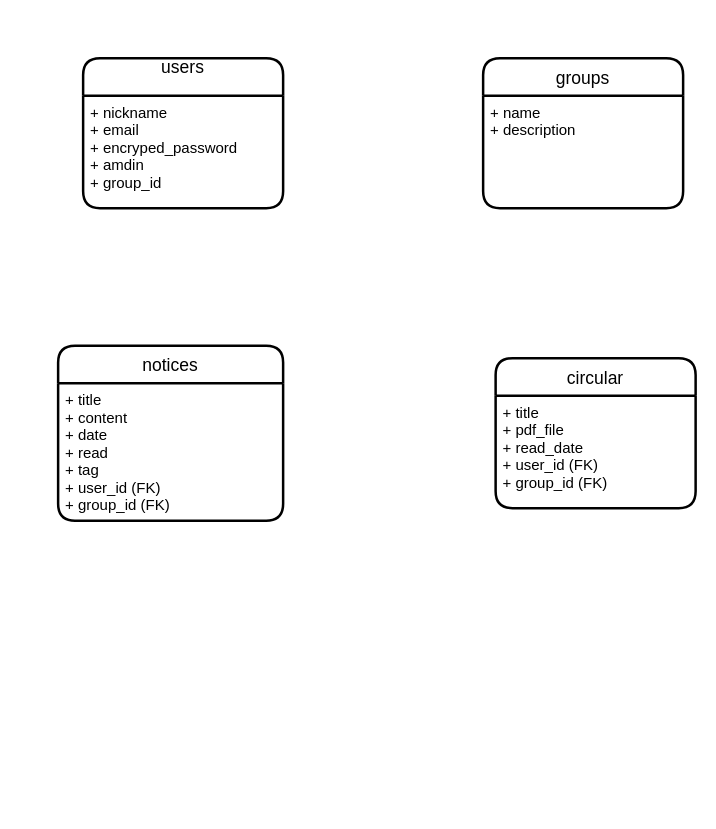
The draw.io diagram er.dio in kimu805/townfo, before the edit. Source tidied: cells renumbered, new cells numbered last; positions are measured from the earlier drawing's top-left corner, leaving out a move shared by most shapes. Both pictures are drawn from the tidied source at 125%, with x=0, y=0 at pixel (58, 58).
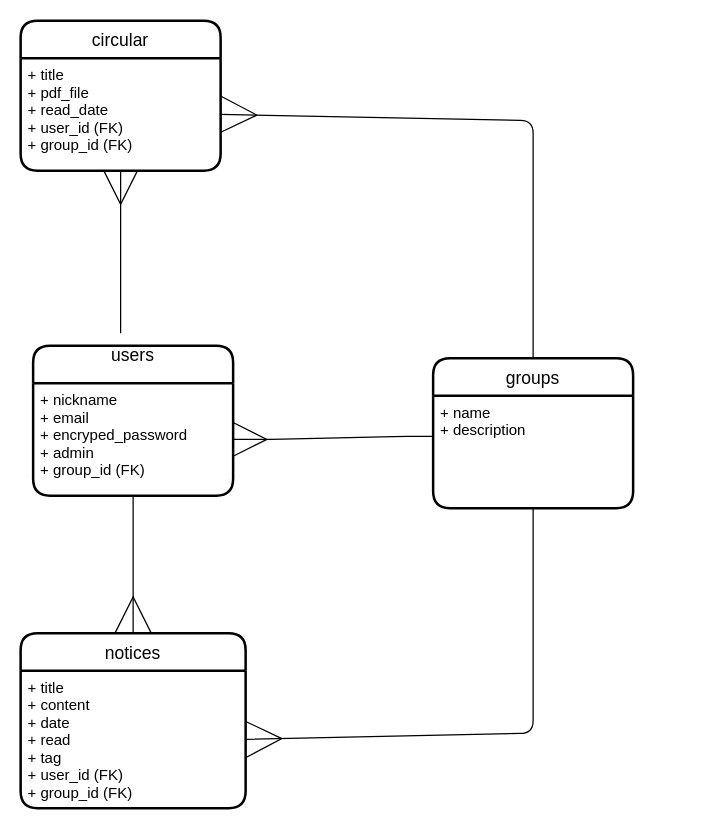
After the change.

Change to the diagram source:
```diff
@@
 <mxGraphModel>
   <root>
     <mxCell id="0" />
     <mxCell id="1" parent="0" />
     <mxCell id="2" value="users&#10;" style="swimlane;horizontal=1;startSize=30;rounded=1;fontSize=14;fontStyle=0;strokeWidth=2;shadow=0;dashed=0;align=center;" parent="1" vertex="1">
-      <mxGeometry x="20" width="160" height="120" as="geometry" />
+      <mxGeometry x="-20" y="230" width="160" height="120" as="geometry" />
     </mxCell>
-    <mxCell id="3" value="+ nickname&#10;+ email&#10;+ encryped_password&#10;+ amdin&#10;+ group_id" style="align=left;strokeColor=none;fillColor=none;spacingLeft=4;fontSize=12;verticalAlign=top;" parent="2" vertex="1">
+    <mxCell id="3" value="+ nickname&#10;+ email&#10;+ encryped_password&#10;+ admin&#10;+ group_id (FK)" style="align=left;strokeColor=none;fillColor=none;spacingLeft=4;fontSize=12;verticalAlign=top;" parent="2" vertex="1">
       <mxGeometry y="30" width="160" height="90" as="geometry" />
     </mxCell>
     <mxCell id="4" value="groups" style="swimlane;horizontal=1;startSize=30;rounded=1;fontSize=14;fontStyle=0;strokeWidth=2;shadow=0;dashed=0;align=center;" parent="1" vertex="1">
-      <mxGeometry x="340" width="160" height="120" as="geometry" />
+      <mxGeometry x="300" y="240" width="160" height="120" as="geometry" />
     </mxCell>
     <mxCell id="5" value="+ name&#10;+ description" style="align=left;strokeColor=none;fillColor=none;spacingLeft=4;fontSize=12;verticalAlign=top;" parent="4" vertex="1">
       <mxGeometry y="30" width="160" height="90" as="geometry" />
     </mxCell>
     <mxCell id="6" value="notices" style="swimlane;horizontal=1;startSize=30;rounded=1;fontSize=14;fontStyle=0;strokeWidth=2;shadow=0;dashed=0;align=center;" parent="1" vertex="1">
-      <mxGeometry y="230" width="180" height="140" as="geometry" />
+      <mxGeometry x="-30" y="460" width="180" height="140" as="geometry" />
     </mxCell>
     <mxCell id="7" value="+ title&#10;+ content&#10;+ date&#10;+ read&#10;+ tag&#10;+ user_id (FK)&#10;+ group_id (FK)" style="align=left;strokeColor=none;fillColor=none;spacingLeft=4;fontSize=12;verticalAlign=top;" parent="6" vertex="1">
       <mxGeometry y="30" width="180" height="110" as="geometry" />
     </mxCell>
     <mxCell id="8" value="circular" style="swimlane;horizontal=1;startSize=30;rounded=1;fontSize=14;fontStyle=0;strokeWidth=2;shadow=0;dashed=0;align=center;" parent="1" vertex="1">
-      <mxGeometry x="350" y="240" width="160" height="120" as="geometry" />
+      <mxGeometry x="-30" y="-30" width="160" height="120" as="geometry" />
     </mxCell>
     <mxCell id="9" value="+ title&#10;+ pdf_file&#10;+ read_date&#10;+ user_id (FK)&#10;+ group_id (FK)" style="align=left;strokeColor=none;fillColor=none;spacingLeft=4;fontSize=12;verticalAlign=top;" parent="8" vertex="1">
       <mxGeometry y="30" width="160" height="90" as="geometry" />
     </mxCell>
+    <mxCell id="10" style="fontSize=12;html=1;endArrow=ERmany;entryX=0.5;entryY=0;entryDx=0;entryDy=0;exitX=0.5;exitY=1;exitDx=0;exitDy=0;startSize=33;endSize=27;" parent="1" edge="1" source="3" target="6">
+      <mxGeometry relative="1" as="geometry" />
+    </mxCell>
+    <mxCell id="11" style="edgeStyle=entityRelationEdgeStyle;fontSize=12;html=1;endArrow=ERmany;entryX=1;entryY=0.5;entryDx=0;entryDy=0;exitX=-0.006;exitY=0.363;exitDx=0;exitDy=0;exitPerimeter=0;targetPerimeterSpacing=0;endSize=25;" parent="1" edge="1" source="5" target="3">
+      <mxGeometry relative="1" as="geometry" />
+    </mxCell>
+    <mxCell id="12" style="fontSize=12;html=1;endArrow=ERmany;entryX=1;entryY=0.5;entryDx=0;entryDy=0;exitX=0.5;exitY=1;exitDx=0;exitDy=0;startSize=33;endSize=27;" parent="1" edge="1" source="5" target="7">
+      <mxGeometry relative="1" as="geometry">
+        <Array as="points">
+          <mxPoint x="380" y="540" />
+        </Array>
+      </mxGeometry>
+    </mxCell>
+    <mxCell id="13" style="fontSize=12;html=1;endArrow=ERmany;entryX=0.5;entryY=1;entryDx=0;entryDy=0;targetPerimeterSpacing=0;endSize=25;" parent="1" edge="1" target="9">
+      <mxGeometry relative="1" as="geometry">
+        <mxPoint x="50" y="220" as="sourcePoint" />
+      </mxGeometry>
+    </mxCell>
+    <mxCell id="14" style="fontSize=12;html=1;endArrow=ERmany;entryX=1;entryY=0.5;entryDx=0;entryDy=0;exitX=0.5;exitY=0;exitDx=0;exitDy=0;startSize=33;endSize=27;" parent="1" edge="1" source="4" target="9">
+      <mxGeometry relative="1" as="geometry">
+        <Array as="points">
+          <mxPoint x="380" y="50" />
+        </Array>
+      </mxGeometry>
+    </mxCell>
   </root>
 </mxGraphModel>
```
